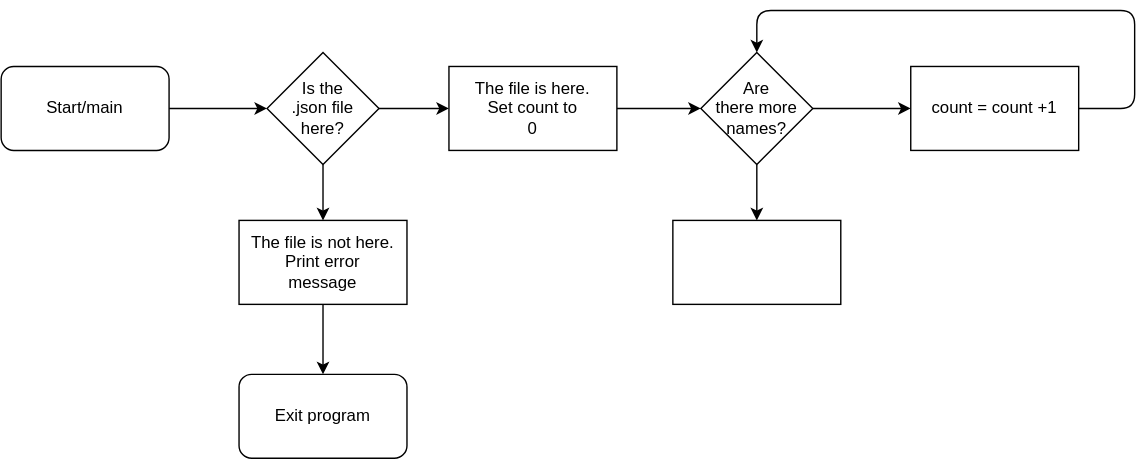
BombadilDK/greeting_data keeps this draw.io diagram as images/functions.drawio.svg. Above is the earlier version. Source tidied: cells renumbered, new cells last; positions are measured from the earlier drawing's top-left corner, leaving out a move shared by most shapes.
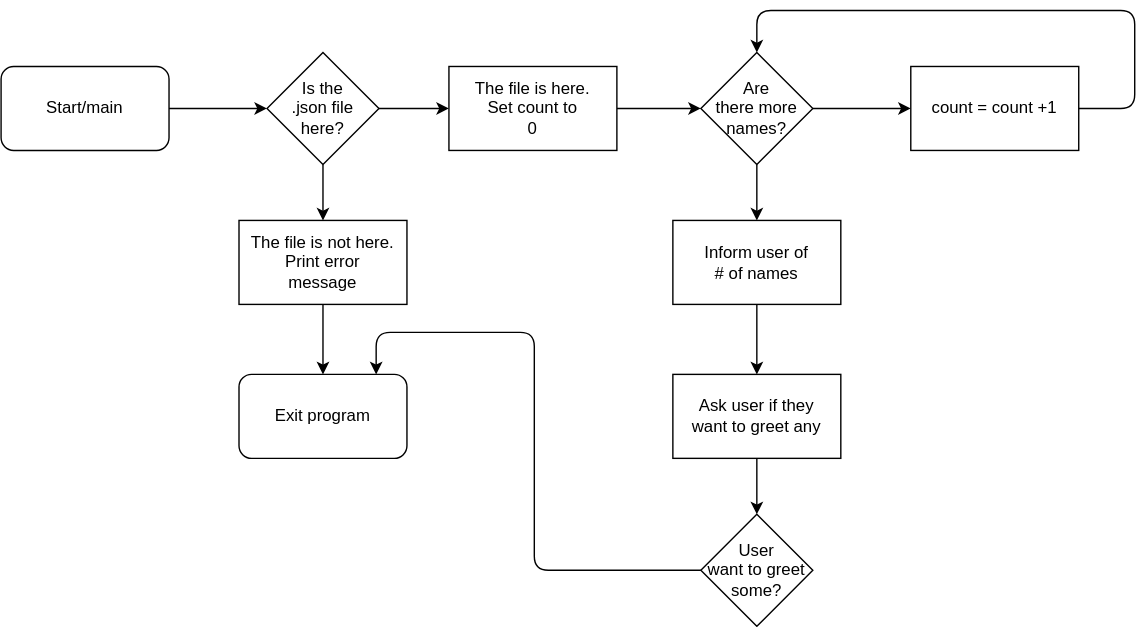
The same file after the commit.

Change to the diagram source:
```diff
@@ -1,4 +1,4 @@
-<mxGraphModel>
+<mxGraphModel background="#ffffff">
   <root>
     <mxCell id="0" />
     <mxCell id="1" parent="0" />
@@ -55,8 +55,30 @@
     <mxCell id="16" value="count = count +1" style="rounded=0;whiteSpace=wrap;html=1;" parent="1" vertex="1">
       <mxGeometry x="650" y="40" width="120" height="60" as="geometry" />
     </mxCell>
+    <mxCell id="18" style="edgeStyle=orthogonalEdgeStyle;html=1;exitX=0.5;exitY=1;exitDx=0;exitDy=0;entryX=0.5;entryY=0;entryDx=0;entryDy=0;" parent="1" edge="1" source="17" target="22">
+      <mxGeometry relative="1" as="geometry" />
+    </mxCell>
-    <mxCell id="17" style="rounded=0;whiteSpace=wrap;html=1;" parent="1" vertex="1">
+    <mxCell id="17" value="Inform user of&lt;div&gt;# of names&lt;/div&gt;" style="rounded=0;whiteSpace=wrap;html=1;" parent="1" vertex="1">
       <mxGeometry x="480" y="150" width="120" height="60" as="geometry" />
     </mxCell>
+    <mxCell id="19" style="edgeStyle=orthogonalEdgeStyle;html=1;exitX=0;exitY=0.5;exitDx=0;exitDy=0;" parent="1" edge="1" source="20">
+      <mxGeometry relative="1" as="geometry">
+        <mxPoint x="268" y="260" as="targetPoint" />
+        <Array as="points">
+          <mxPoint x="381" y="400" />
+          <mxPoint x="381" y="230" />
+          <mxPoint x="268" y="230" />
+        </Array>
+      </mxGeometry>
+    </mxCell>
+    <mxCell id="20" value="User&amp;nbsp;&lt;div&gt;want to greet&lt;/div&gt;&lt;div&gt;some?&lt;/div&gt;" style="rhombus;whiteSpace=wrap;html=1;" parent="1" vertex="1">
+      <mxGeometry x="500" y="360" width="80" height="80" as="geometry" />
+    </mxCell>
+    <mxCell id="21" style="edgeStyle=orthogonalEdgeStyle;html=1;exitX=0.5;exitY=1;exitDx=0;exitDy=0;entryX=0.5;entryY=0;entryDx=0;entryDy=0;" parent="1" edge="1" source="22" target="20">
+      <mxGeometry relative="1" as="geometry" />
+    </mxCell>
+    <mxCell id="22" value="Ask user if they&lt;div&gt;want to greet any&lt;/div&gt;" style="rounded=0;whiteSpace=wrap;html=1;" parent="1" vertex="1">
+      <mxGeometry x="480" y="260" width="120" height="60" as="geometry" />
+    </mxCell>
   </root>
 </mxGraphModel>
```
